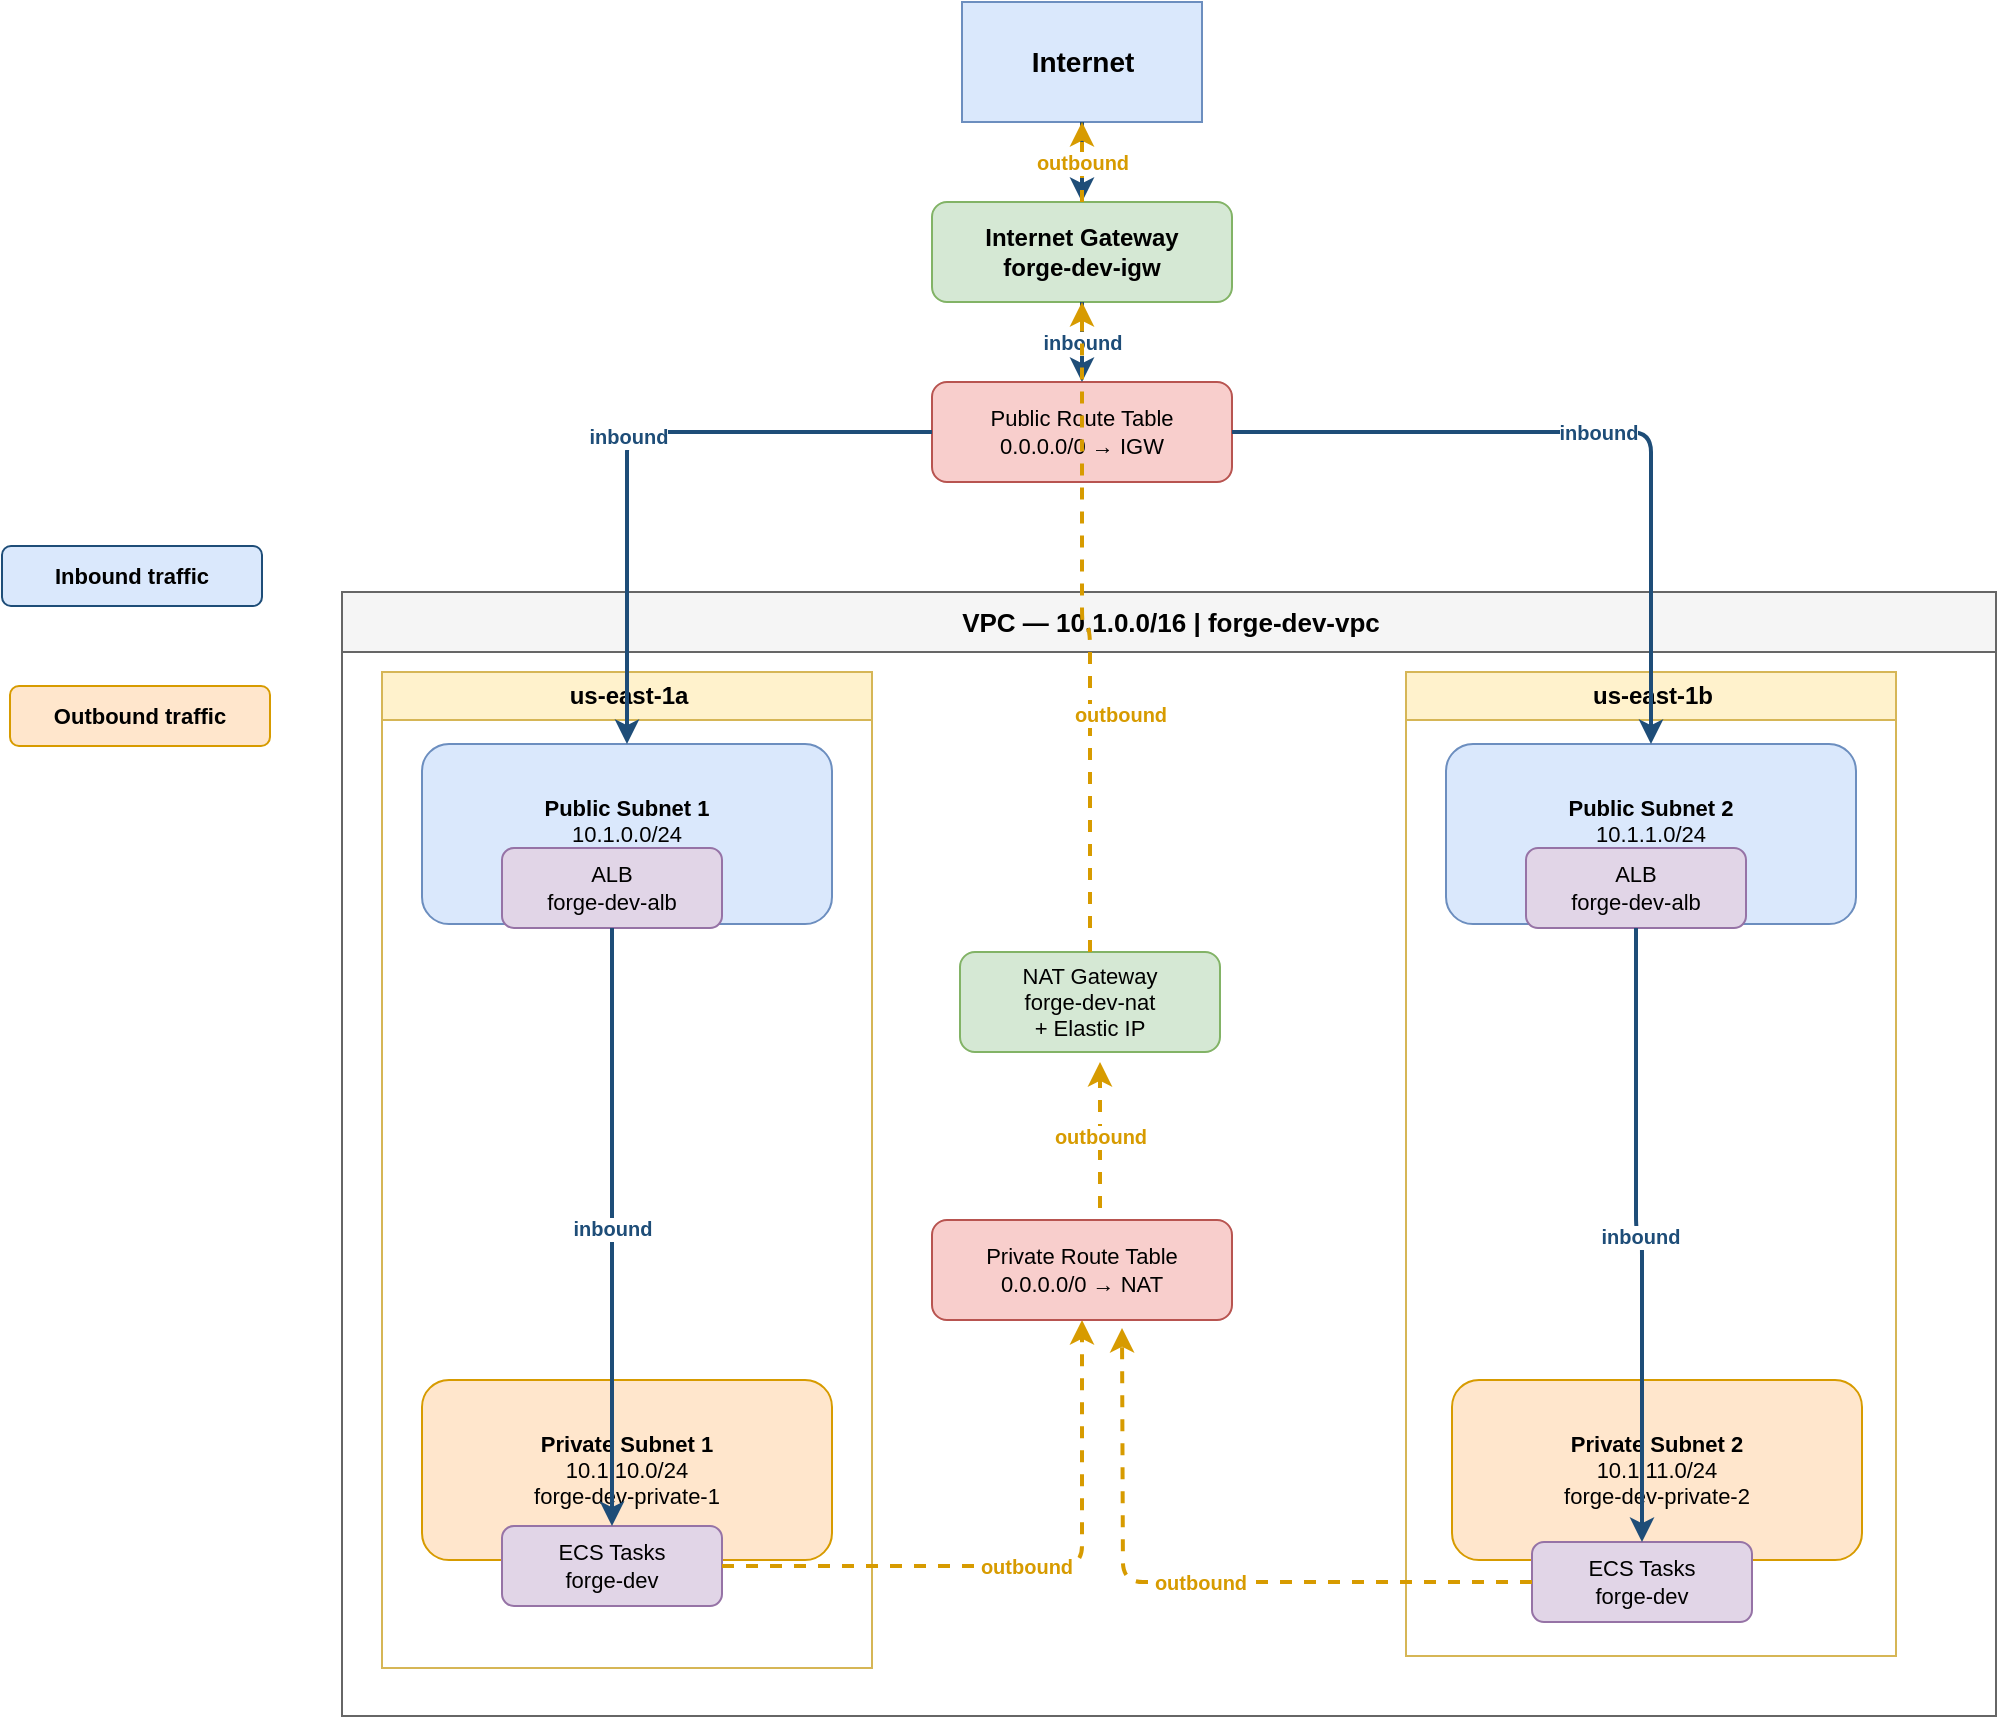
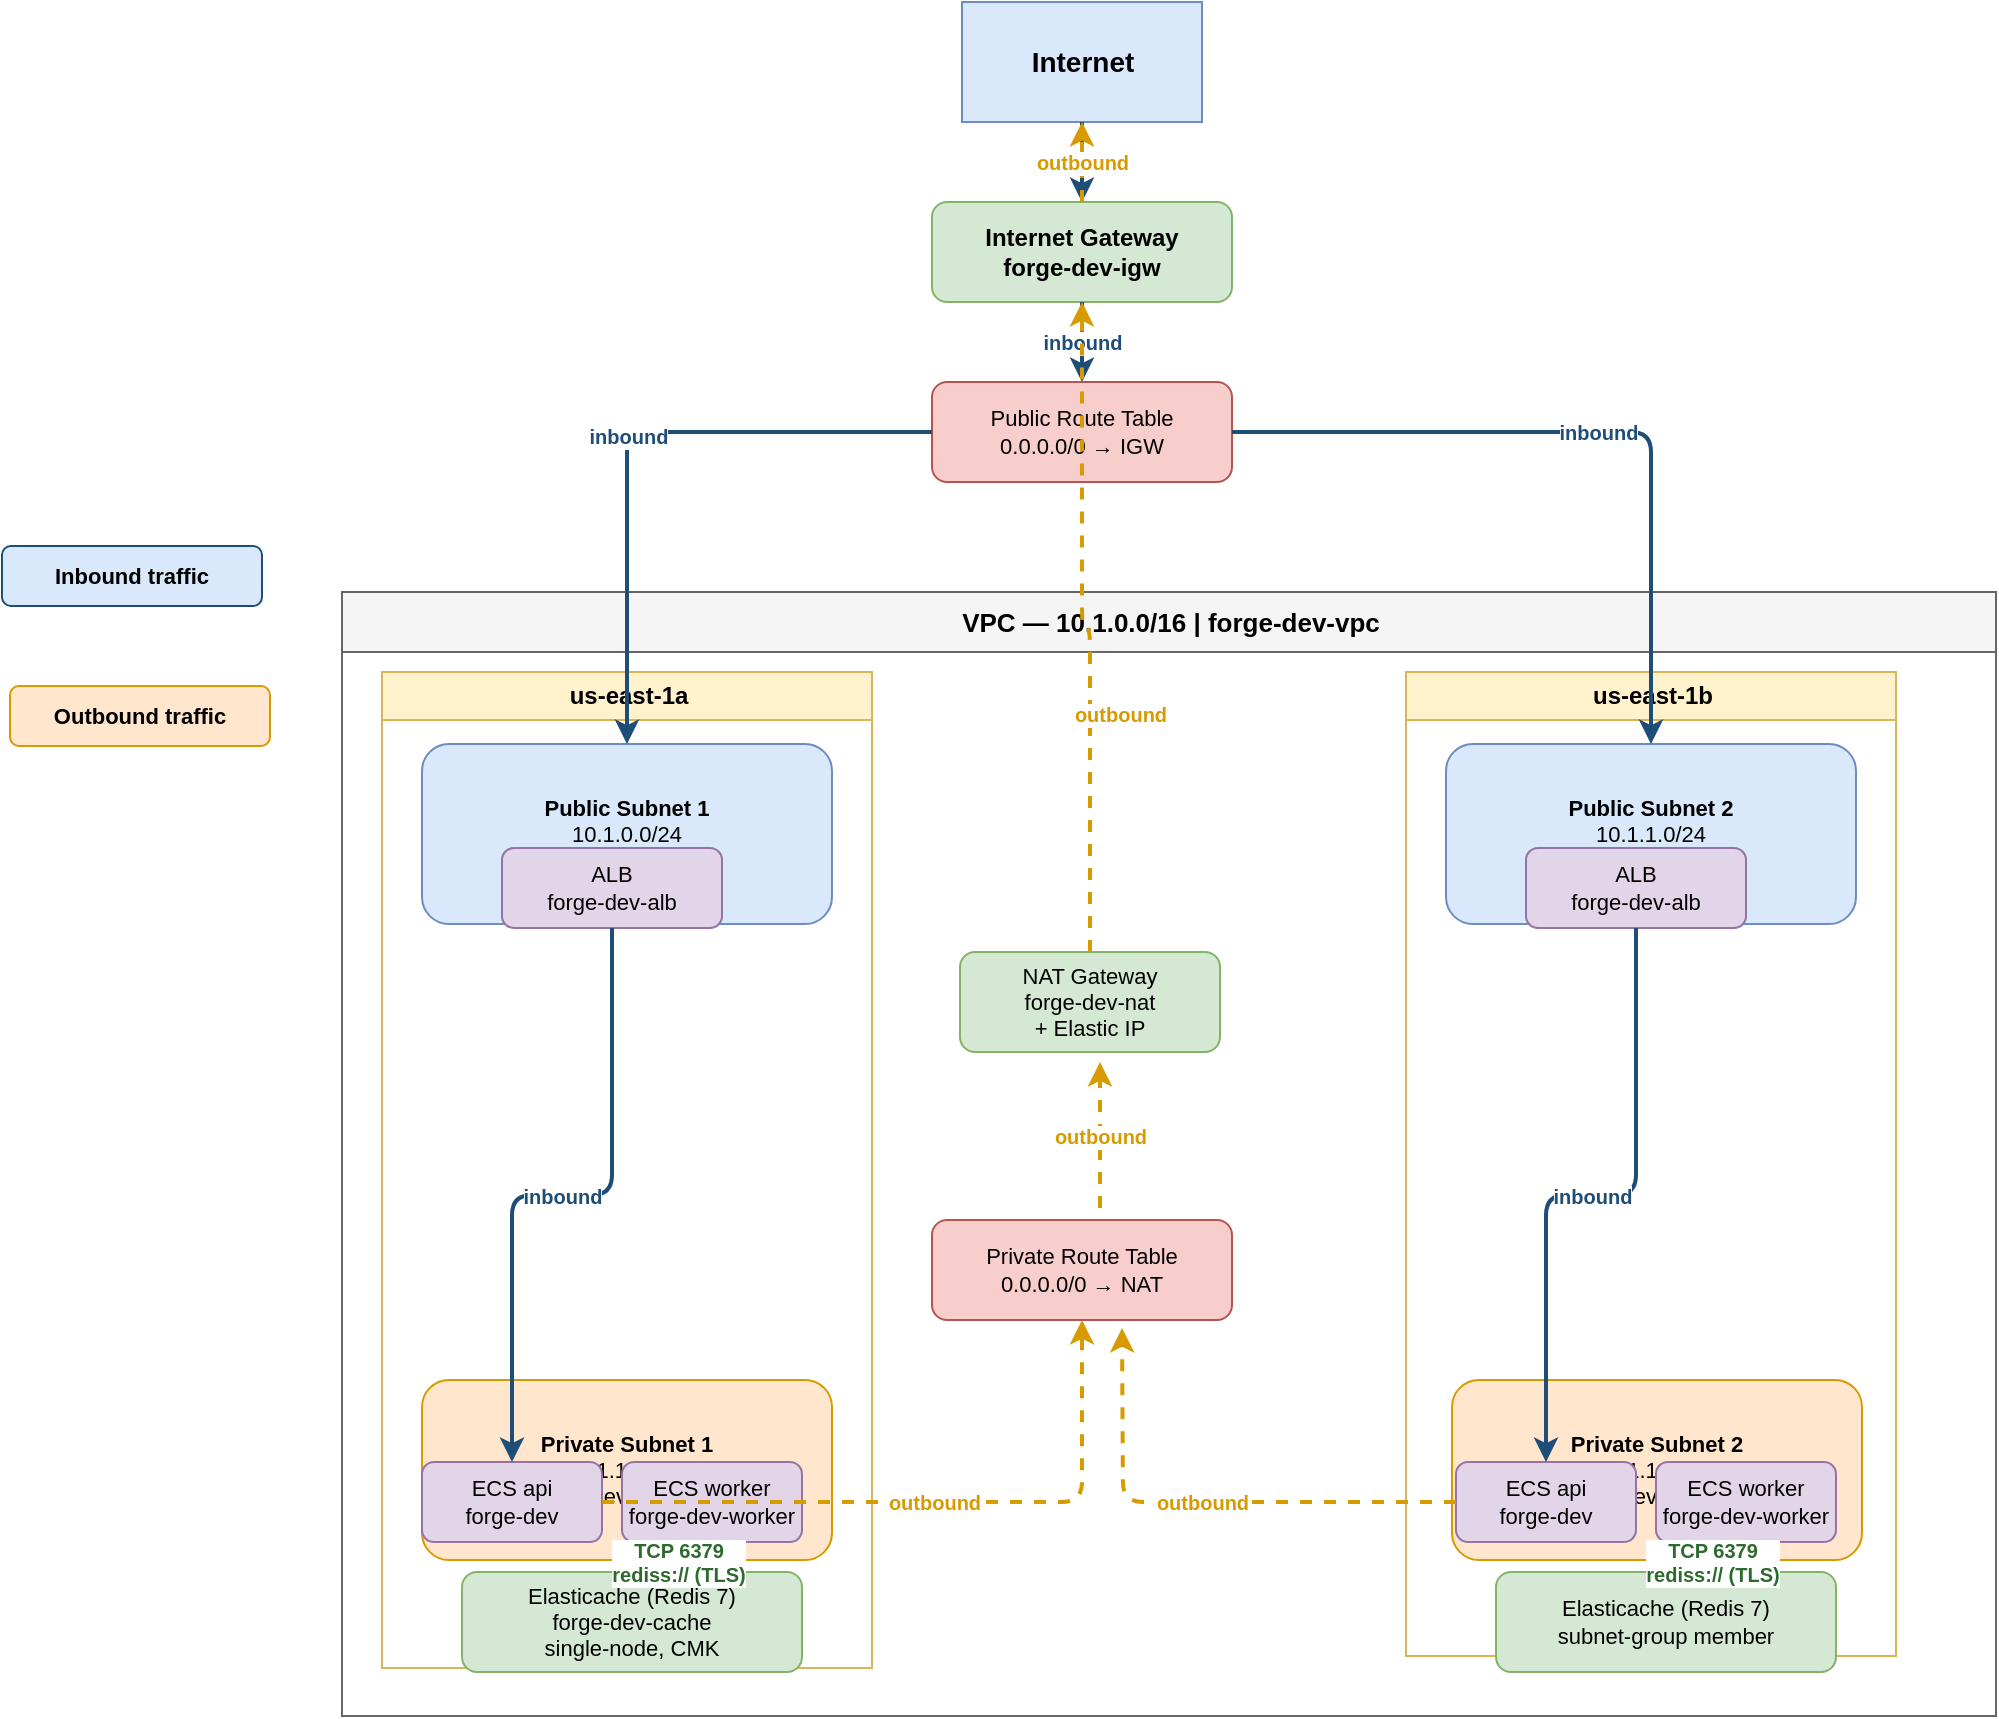
<mxfile host="app.diagrams.net">
  <diagram name="Page-1" id="BaRl9mkS3HxywcaVVkHm">
    <mxGraphModel grid="0" page="0" gridSize="10" guides="1" tooltips="1" connect="1" arrows="1" fold="1" pageScale="1" pageWidth="850" pageHeight="1100" math="0" shadow="0">
      <root>
        <mxCell id="0" />
        <mxCell id="1" parent="0" />
        <mxCell id="internet" parent="1" style="shape=mxgraph.network.cloud;fillColor=#dae8fc;strokeColor=#6c8ebf;fontStyle=1;fontSize=14;html=1;" value="Internet" vertex="1">
          <mxGeometry height="60" width="120" x="270" y="20" as="geometry" />
        </mxCell>
        <mxCell id="igw" parent="1" style="rounded=1;whiteSpace=wrap;html=1;fillColor=#d5e8d4;strokeColor=#82b366;fontStyle=1;" value="Internet Gateway&#xa;forge-dev-igw" vertex="1">
          <mxGeometry height="50" width="150" x="255" y="120" as="geometry" />
        </mxCell>
        <mxCell id="prt" parent="1" style="rounded=1;whiteSpace=wrap;html=1;fillColor=#f8cecc;strokeColor=#b85450;fontSize=11;" value="Public Route Table&#xa;0.0.0.0/0 → IGW" vertex="1">
          <mxGeometry height="50" width="150" x="255" y="210" as="geometry" />
        </mxCell>
        <mxCell id="vpc" parent="1" style="swimlane;startSize=30;fillColor=#f5f5f5;strokeColor=#666666;fontStyle=1;fontSize=13;html=1;" value="VPC — 10.1.0.0/16  |  forge-dev-vpc" vertex="1">
          <mxGeometry height="562" width="827" x="-40" y="315" as="geometry" />
        </mxCell>
        <mxCell id="az1" parent="vpc" style="swimlane;startSize=24;fillColor=#fff2cc;strokeColor=#d6b656;fontStyle=1;fontSize=12;html=1;" value="us-east-1a" vertex="1">
          <mxGeometry height="498" width="245" x="20" y="40" as="geometry" />
        </mxCell>
        <mxCell id="pub1" parent="az1" style="rounded=1;whiteSpace=wrap;html=1;fillColor=#dae8fc;strokeColor=#6c8ebf;fontSize=11;" value="&lt;b&gt;Public Subnet 1&lt;/b&gt;&#xa;10.1.0.0/24&#xa;forge-dev-public-1" vertex="1">
          <mxGeometry height="90" width="205" x="20" y="36" as="geometry" />
        </mxCell>
        <mxCell id="alb" parent="az1" style="rounded=1;whiteSpace=wrap;html=1;fillColor=#e1d5e7;strokeColor=#9673a6;fontSize=11;" value="ALB&#xa;forge-dev-alb" vertex="1">
          <mxGeometry height="40" width="110" x="60" y="88" as="geometry" />
        </mxCell>
        <mxCell id="priv1" parent="az1" style="rounded=1;whiteSpace=wrap;html=1;fillColor=#ffe6cc;strokeColor=#d79b00;fontSize=11;" value="&lt;b&gt;Private Subnet 1&lt;/b&gt;&#xa;10.1.10.0/24&#xa;forge-dev-private-1" vertex="1">
          <mxGeometry height="90" width="205" x="20" y="354" as="geometry" />
        </mxCell>
-         <mxCell id="ecs1" parent="az1" style="rounded=1;whiteSpace=wrap;html=1;fillColor=#e1d5e7;strokeColor=#9673a6;fontSize=11;" value="ECS Tasks&#xa;forge-dev" vertex="1">
-           <mxGeometry height="40" width="110" x="60" y="427" as="geometry" />
+         <mxCell id="ecs1" parent="az1" style="rounded=1;whiteSpace=wrap;html=1;fillColor=#e1d5e7;strokeColor=#9673a6;fontSize=11;" value="ECS api&#xa;forge-dev" vertex="1">
+           <mxGeometry height="40" width="90" x="20" y="395" as="geometry" />
+         </mxCell>
+         <mxCell id="worker1" parent="az1" style="rounded=1;whiteSpace=wrap;html=1;fillColor=#e1d5e7;strokeColor=#9673a6;fontSize=11;" value="ECS worker&#xa;forge-dev-worker" vertex="1">
+           <mxGeometry height="40" width="90" x="120" y="395" as="geometry" />
+         </mxCell>
+         <mxCell id="cache1" parent="az1" style="rounded=1;whiteSpace=wrap;html=1;fillColor=#d5e8d4;strokeColor=#82b366;fontSize=11;" value="Elasticache (Redis 7)&#xa;forge-dev-cache&#xa;single-node, CMK" vertex="1">
+           <mxGeometry height="50" width="170" x="40" y="450" as="geometry" />
        </mxCell>
        <mxCell id="e-alb-ecs1" edge="1" parent="az1" source="alb" style="edgeStyle=orthogonalEdgeStyle;html=1;strokeColor=#1e4d78;strokeWidth=2;fontColor=#1e4d78;fontStyle=1;fontSize=10;" target="ecs1" value="inbound">
+           <mxGeometry relative="1" as="geometry" />
+         </mxCell>
+         <mxCell id="e-worker-cache1" edge="1" parent="az1" source="worker1" target="cache1" style="edgeStyle=orthogonalEdgeStyle;html=1;strokeColor=#82b366;strokeWidth=2;fontColor=#2d6a2d;fontStyle=1;fontSize=10;" value="TCP 6379&#xa;rediss:// (TLS)">
          <mxGeometry relative="1" as="geometry" />
        </mxCell>
        <mxCell id="az2" parent="vpc" style="swimlane;startSize=24;fillColor=#fff2cc;strokeColor=#d6b656;fontStyle=1;fontSize=12;html=1;" value="us-east-1b" vertex="1">
          <mxGeometry height="492" width="245" x="532" y="40" as="geometry" />
        </mxCell>
        <mxCell id="pub2" parent="az2" style="rounded=1;whiteSpace=wrap;html=1;fillColor=#dae8fc;strokeColor=#6c8ebf;fontSize=11;" value="&lt;b&gt;Public Subnet 2&lt;/b&gt;&#xa;10.1.1.0/24&#xa;forge-dev-public-2" vertex="1">
          <mxGeometry height="90" width="205" x="20" y="36" as="geometry" />
        </mxCell>
        <mxCell id="alb2" parent="az2" style="rounded=1;whiteSpace=wrap;html=1;fillColor=#e1d5e7;strokeColor=#9673a6;fontSize=11;" value="ALB&#xa;forge-dev-alb" vertex="1">
          <mxGeometry height="40" width="110" x="60" y="88" as="geometry" />
        </mxCell>
        <mxCell id="priv2" parent="az2" style="rounded=1;whiteSpace=wrap;html=1;fillColor=#ffe6cc;strokeColor=#d79b00;fontSize=11;" value="&lt;b&gt;Private Subnet 2&lt;/b&gt;&#xa;10.1.11.0/24&#xa;forge-dev-private-2" vertex="1">
          <mxGeometry height="90" width="205" x="23" y="354" as="geometry" />
        </mxCell>
-         <mxCell id="ecs2" parent="az2" style="rounded=1;whiteSpace=wrap;html=1;fillColor=#e1d5e7;strokeColor=#9673a6;fontSize=11;" value="ECS Tasks&#xa;forge-dev" vertex="1">
-           <mxGeometry height="40" width="110" x="63" y="435" as="geometry" />
+         <mxCell id="ecs2" parent="az2" style="rounded=1;whiteSpace=wrap;html=1;fillColor=#e1d5e7;strokeColor=#9673a6;fontSize=11;" value="ECS api&#xa;forge-dev" vertex="1">
+           <mxGeometry height="40" width="90" x="25" y="395" as="geometry" />
+         </mxCell>
+         <mxCell id="worker2" parent="az2" style="rounded=1;whiteSpace=wrap;html=1;fillColor=#e1d5e7;strokeColor=#9673a6;fontSize=11;" value="ECS worker&#xa;forge-dev-worker" vertex="1">
+           <mxGeometry height="40" width="90" x="125" y="395" as="geometry" />
+         </mxCell>
+         <mxCell id="cache2" parent="az2" style="rounded=1;whiteSpace=wrap;html=1;fillColor=#d5e8d4;strokeColor=#82b366;fontSize=11;" value="Elasticache (Redis 7)&#xa;subnet-group member" vertex="1">
+           <mxGeometry height="50" width="170" x="45" y="450" as="geometry" />
        </mxCell>
        <mxCell id="e-alb-ecs2" edge="1" parent="az2" source="alb2" style="edgeStyle=orthogonalEdgeStyle;html=1;strokeColor=#1e4d78;strokeWidth=2;fontColor=#1e4d78;fontStyle=1;fontSize=10;" target="ecs2" value="inbound">
+           <mxGeometry relative="1" as="geometry" />
+         </mxCell>
+         <mxCell id="e-worker-cache2" edge="1" parent="az2" source="worker2" target="cache2" style="edgeStyle=orthogonalEdgeStyle;html=1;strokeColor=#82b366;strokeWidth=2;fontColor=#2d6a2d;fontStyle=1;fontSize=10;" value="TCP 6379&#xa;rediss:// (TLS)">
          <mxGeometry relative="1" as="geometry" />
        </mxCell>
        <mxCell id="e5" edge="1" parent="vpc" source="ecs1" style="edgeStyle=orthogonalEdgeStyle;html=1;strokeColor=#d79b00;strokeWidth=2;fontColor=#d79b00;fontStyle=1;fontSize=10;dashed=1;" target="privrt" value="outbound">
          <mxGeometry relative="1" as="geometry" />
        </mxCell>
        <mxCell id="e6" edge="1" parent="vpc" style="edgeStyle=orthogonalEdgeStyle;html=1;strokeColor=#d79b00;strokeWidth=2;fontColor=#d79b00;fontStyle=1;fontSize=10;dashed=1;" value="outbound">
          <mxGeometry relative="1" as="geometry">
            <mxPoint x="378.9999999999998" y="308" as="sourcePoint" />
            <mxPoint x="378.9999999999998" y="235" as="targetPoint" />
          </mxGeometry>
        </mxCell>
        <mxCell id="privrt" parent="vpc" style="rounded=1;whiteSpace=wrap;html=1;fillColor=#f8cecc;strokeColor=#b85450;fontSize=11;" value="Private Route Table&#xa;0.0.0.0/0 → NAT" vertex="1">
          <mxGeometry height="50" width="150" x="295" y="314" as="geometry" />
        </mxCell>
        <mxCell id="e5b" edge="1" parent="vpc" source="ecs2" style="edgeStyle=orthogonalEdgeStyle;html=1;strokeColor=#d79b00;strokeWidth=2;fontColor=#d79b00;fontStyle=1;fontSize=10;dashed=1;exitX=0;exitY=0.5;exitDx=0;exitDy=0;" value="outbound">
          <mxGeometry relative="1" as="geometry">
            <mxPoint x="475" y="494.9999999999998" as="sourcePoint" />
            <mxPoint x="389.9999999999998" y="368" as="targetPoint" />
          </mxGeometry>
        </mxCell>
        <mxCell id="nat" parent="vpc" style="rounded=1;whiteSpace=wrap;html=1;fillColor=#d5e8d4;strokeColor=#82b366;fontSize=11;" value="NAT Gateway&#xa;forge-dev-nat&#xa;+ Elastic IP" vertex="1">
          <mxGeometry height="50" width="130" x="309" y="180" as="geometry" />
        </mxCell>
        <mxCell id="legend-in" parent="1" style="rounded=1;whiteSpace=wrap;html=1;fillColor=#dae8fc;strokeColor=#1e4d78;fontStyle=1;fontSize=11;" value="Inbound traffic" vertex="1">
          <mxGeometry height="30" width="130" x="-210" y="292" as="geometry" />
        </mxCell>
        <mxCell id="legend-out" parent="1" style="rounded=1;whiteSpace=wrap;html=1;fillColor=#ffe6cc;strokeColor=#d79b00;fontStyle=1;fontSize=11;" value="Outbound traffic" vertex="1">
          <mxGeometry height="30" width="130" x="-206" y="362" as="geometry" />
        </mxCell>
        <mxCell id="e1" edge="1" parent="1" source="internet" style="edgeStyle=orthogonalEdgeStyle;html=1;strokeColor=#1e4d78;strokeWidth=2;fontColor=#1e4d78;fontStyle=1;fontSize=10;" target="igw" value="inbound">
          <mxGeometry relative="1" as="geometry" />
        </mxCell>
        <mxCell id="e2" edge="1" parent="1" source="igw" style="edgeStyle=orthogonalEdgeStyle;html=1;strokeColor=#1e4d78;strokeWidth=2;fontColor=#1e4d78;fontStyle=1;fontSize=10;" target="prt" value="inbound">
          <mxGeometry relative="1" as="geometry" />
        </mxCell>
        <mxCell id="e3" edge="1" parent="1" source="prt" style="edgeStyle=orthogonalEdgeStyle;html=1;strokeColor=#1e4d78;strokeWidth=2;fontColor=#1e4d78;fontStyle=1;fontSize=10;" target="pub1" value="inbound">
          <mxGeometry relative="1" as="geometry" />
        </mxCell>
        <mxCell id="e4" edge="1" parent="1" source="prt" style="edgeStyle=orthogonalEdgeStyle;html=1;strokeColor=#1e4d78;strokeWidth=2;fontColor=#1e4d78;fontStyle=1;fontSize=10;" target="pub2" value="inbound">
          <mxGeometry relative="1" as="geometry" />
        </mxCell>
        <mxCell id="e7" edge="1" parent="1" source="nat" style="edgeStyle=orthogonalEdgeStyle;html=1;strokeColor=#d79b00;strokeWidth=2;fontColor=#d79b00;fontStyle=1;fontSize=10;dashed=1;" target="igw" value="outbound">
          <mxGeometry relative="1" x="-0.2766" y="-15" as="geometry">
            <mxPoint as="offset" />
          </mxGeometry>
        </mxCell>
        <mxCell id="e8" edge="1" parent="1" source="igw" style="edgeStyle=orthogonalEdgeStyle;html=1;strokeColor=#d79b00;strokeWidth=2;fontColor=#d79b00;fontStyle=1;fontSize=10;dashed=1;" target="internet" value="outbound">
          <mxGeometry relative="1" as="geometry" />
        </mxCell>
      </root>
    </mxGraphModel>
  </diagram>
</mxfile>
